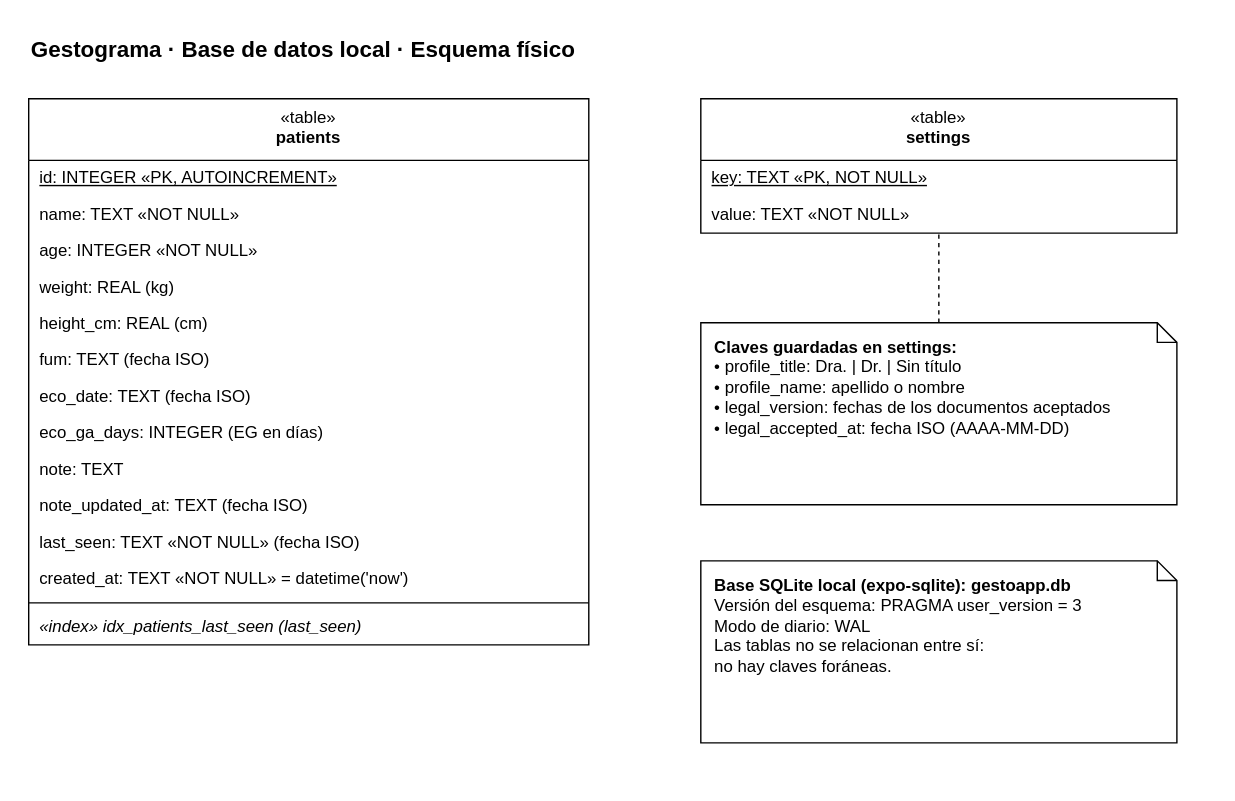
This is docs/base-de-datos-esquema-fisico.drawio.svg from bautistaribotta/gestoapp, a draw.io export, as it was before one commit. Source tidied: cells renumbered, new cells last; positions are measured from the earlier drawing's top-left corner, leaving out a move shared by most shapes.
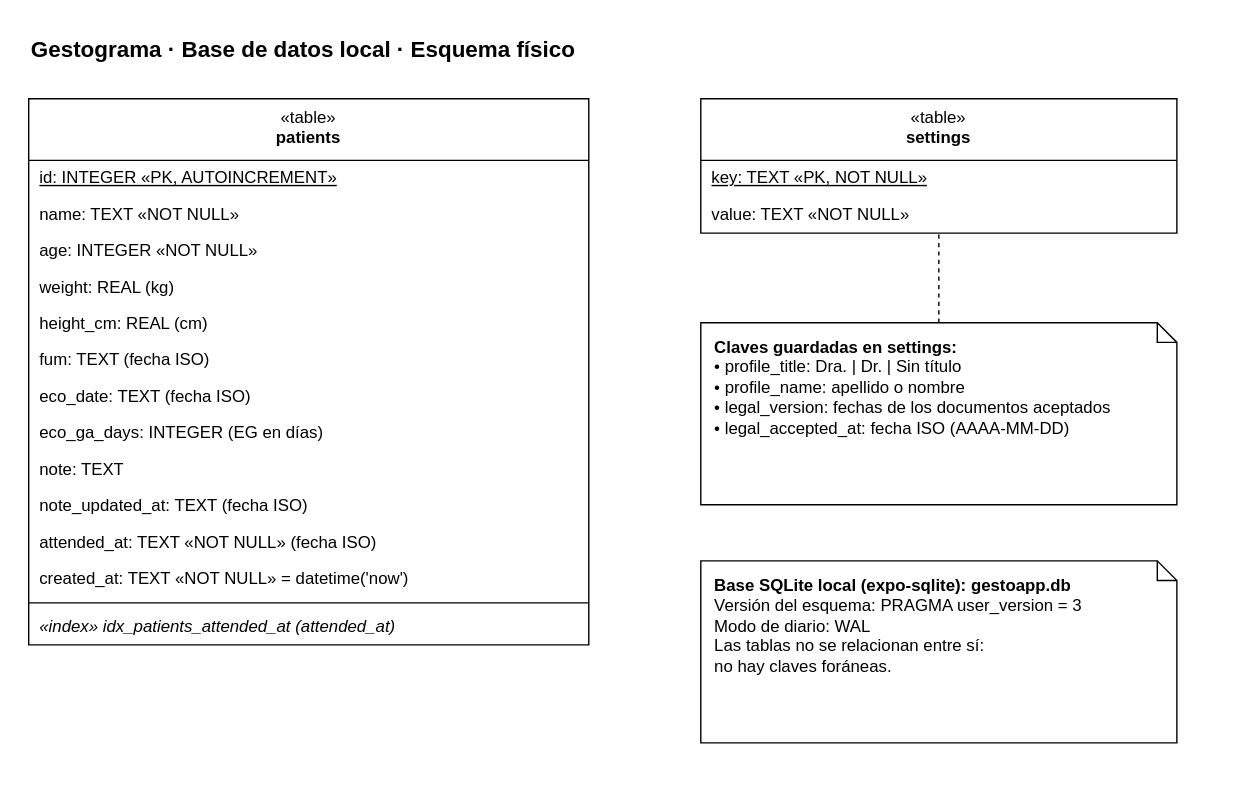
Later version of the same file.

Commit message:
Renombro last_seen a attended_at: la fecha en que se atendió a la paciente

Change to the diagram source:
```diff
@@ -38,7 +38,7 @@
     <mxCell id="13" value="note_updated_at: TEXT  (fecha ISO)" style="text;strokeColor=none;fillColor=none;align=left;verticalAlign=middle;spacingLeft=6;spacingRight=4;overflow=hidden;html=1;whiteSpace=wrap;" parent="3" vertex="1">
       <mxGeometry y="278" width="400" height="26" as="geometry" />
     </mxCell>
-    <mxCell id="14" value="last_seen: TEXT «NOT NULL»  (fecha ISO)" style="text;strokeColor=none;fillColor=none;align=left;verticalAlign=middle;spacingLeft=6;spacingRight=4;overflow=hidden;html=1;whiteSpace=wrap;" parent="3" vertex="1">
+    <mxCell id="14" value="attended_at: TEXT «NOT NULL»  (fecha ISO)" style="text;strokeColor=none;fillColor=none;align=left;verticalAlign=middle;spacingLeft=6;spacingRight=4;overflow=hidden;html=1;whiteSpace=wrap;" parent="3" vertex="1">
       <mxGeometry y="304" width="400" height="26" as="geometry" />
     </mxCell>
     <mxCell id="15" value="created_at: TEXT «NOT NULL» = datetime(&amp;#x27;now&amp;#x27;)" style="text;strokeColor=none;fillColor=none;align=left;verticalAlign=middle;spacingLeft=6;spacingRight=4;overflow=hidden;html=1;whiteSpace=wrap;" parent="3" vertex="1">
@@ -47,7 +47,7 @@
     <mxCell id="16" style="line;strokeWidth=1;fillColor=none;align=left;verticalAlign=middle;spacingTop=-1;spacingLeft=3;spacingRight=3;labelPosition=right;" parent="3" vertex="1">
       <mxGeometry y="356" width="400" height="8" as="geometry" />
     </mxCell>
-    <mxCell id="17" value="«index» idx_patients_last_seen (last_seen)" style="text;strokeColor=none;fillColor=none;align=left;verticalAlign=middle;spacingLeft=6;spacingRight=4;overflow=hidden;html=1;whiteSpace=wrap;fontStyle=2;" parent="3" vertex="1">
+    <mxCell id="17" value="«index» idx_patients_attended_at (attended_at)" style="text;strokeColor=none;fillColor=none;align=left;verticalAlign=middle;spacingLeft=6;spacingRight=4;overflow=hidden;html=1;whiteSpace=wrap;fontStyle=2;" parent="3" vertex="1">
       <mxGeometry y="364" width="400" height="26" as="geometry" />
     </mxCell>
     <mxCell id="18" value="«table»&lt;br&gt;&lt;b&gt;settings&lt;/b&gt;" style="swimlane;fontStyle=0;align=center;verticalAlign=top;horizontal=1;startSize=44;html=1;whiteSpace=wrap;" parent="1" vertex="1">
```
